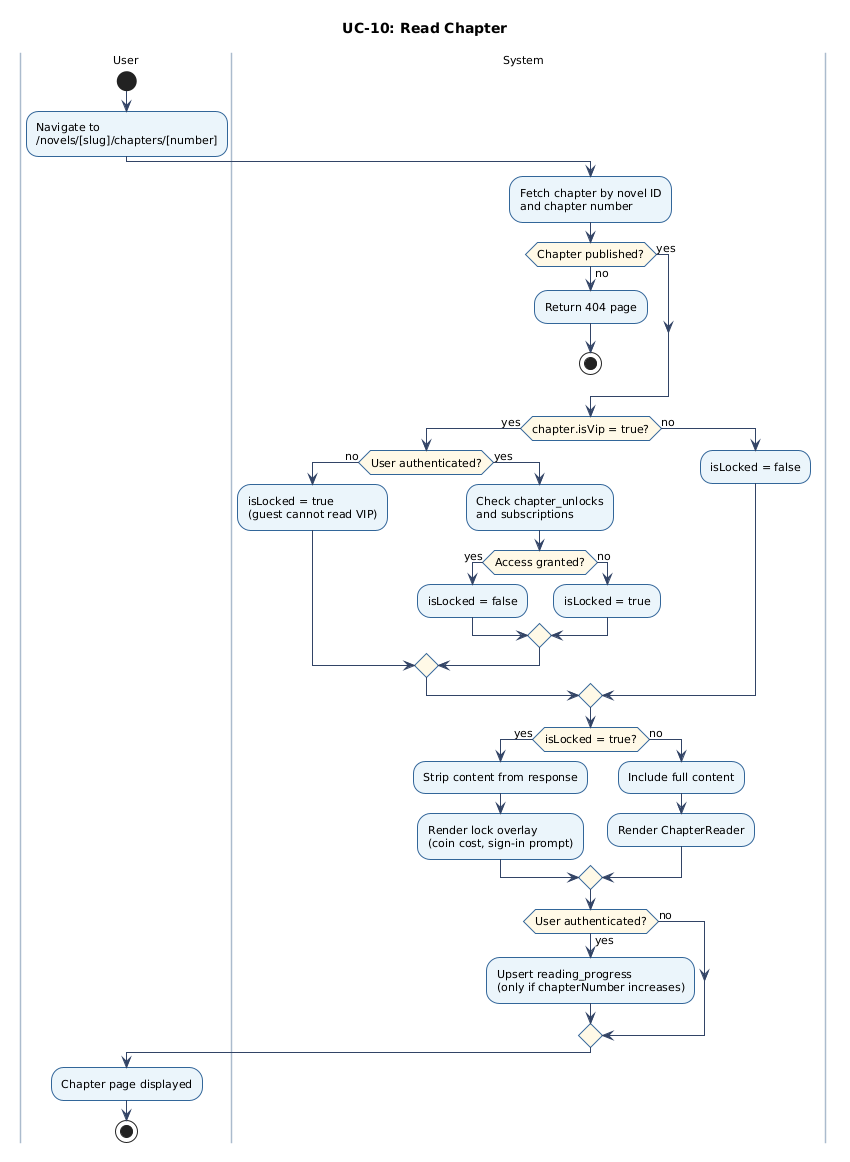
Earlier version of the PlantUML export docs/figures/uc-10-activity.png (chinhbmt122/Software-Architecture).
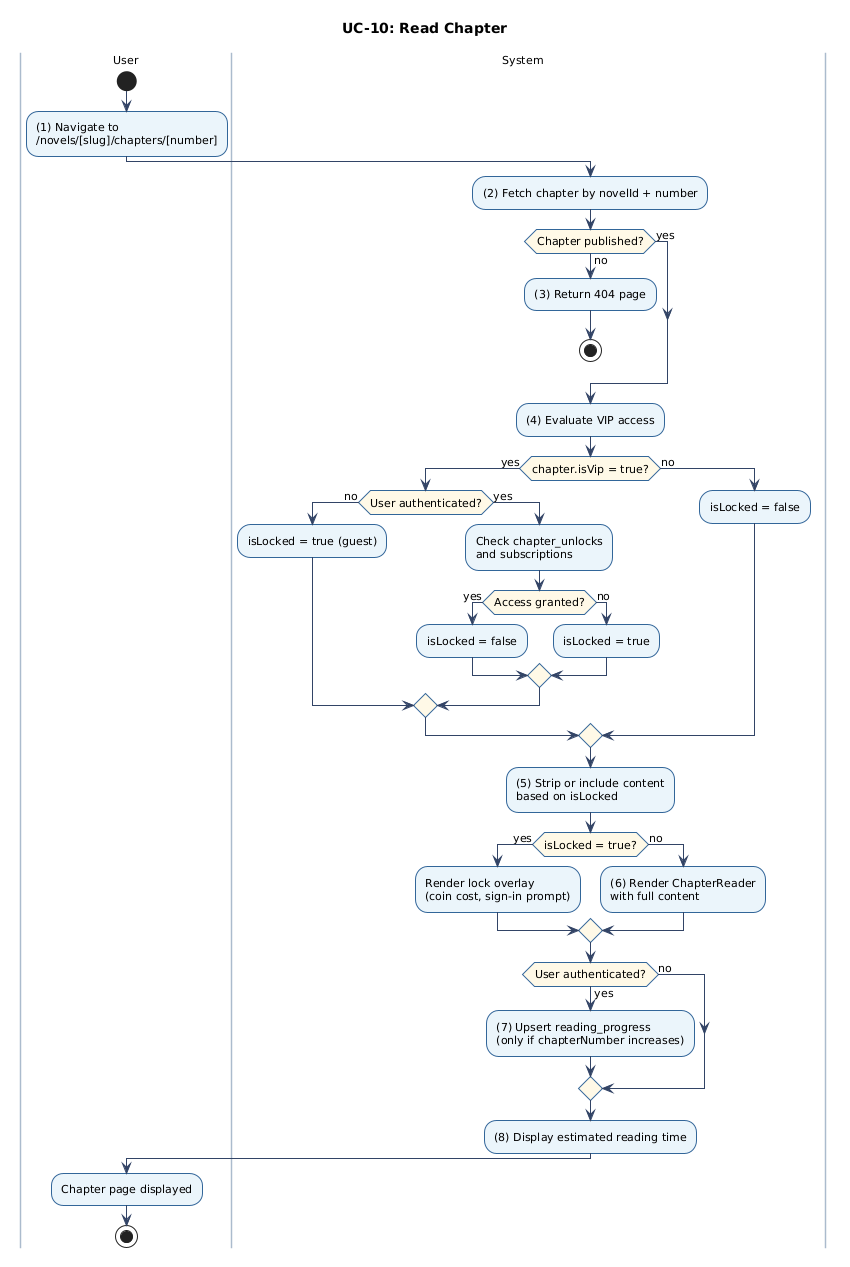
Later version of the same file.

Change to the diagram source:
```diff
@@ -15,17 +15,18 @@
 title UC-10: Read Chapter
 |User|
 start
-:Navigate to\n/novels/[slug]/chapters/[number];
+:(1) Navigate to\n/novels/[slug]/chapters/[number];
 |System|
-:Fetch chapter by novel ID\nand chapter number;
+:(2) Fetch chapter by novelId + number;
 if (Chapter published?) then (no)
-  :Return 404 page;
+  :(3) Return 404 page;
   stop
 else (yes)
 endif
+:(4) Evaluate VIP access;
 if (chapter.isVip = true?) then (yes)
   if (User authenticated?) then (no)
-    :isLocked = true\n(guest cannot read VIP);
+    :isLocked = true (guest);
   else (yes)
     :Check chapter_unlocks\nand subscriptions;
     if (Access granted?) then (yes)
@@ -37,17 +38,17 @@
 else (no)
   :isLocked = false;
 endif
+:(5) Strip or include content\nbased on isLocked;
 if (isLocked = true?) then (yes)
-  :Strip content from response;
   :Render lock overlay\n(coin cost, sign-in prompt);
 else (no)
-  :Include full content;
-  :Render ChapterReader;
+  :(6) Render ChapterReader\nwith full content;
 endif
 if (User authenticated?) then (yes)
-  :Upsert reading_progress\n(only if chapterNumber increases);
+  :(7) Upsert reading_progress\n(only if chapterNumber increases);
 else (no)
 endif
+:(8) Display estimated reading time;
 |User|
 :Chapter page displayed;
 stop
```
